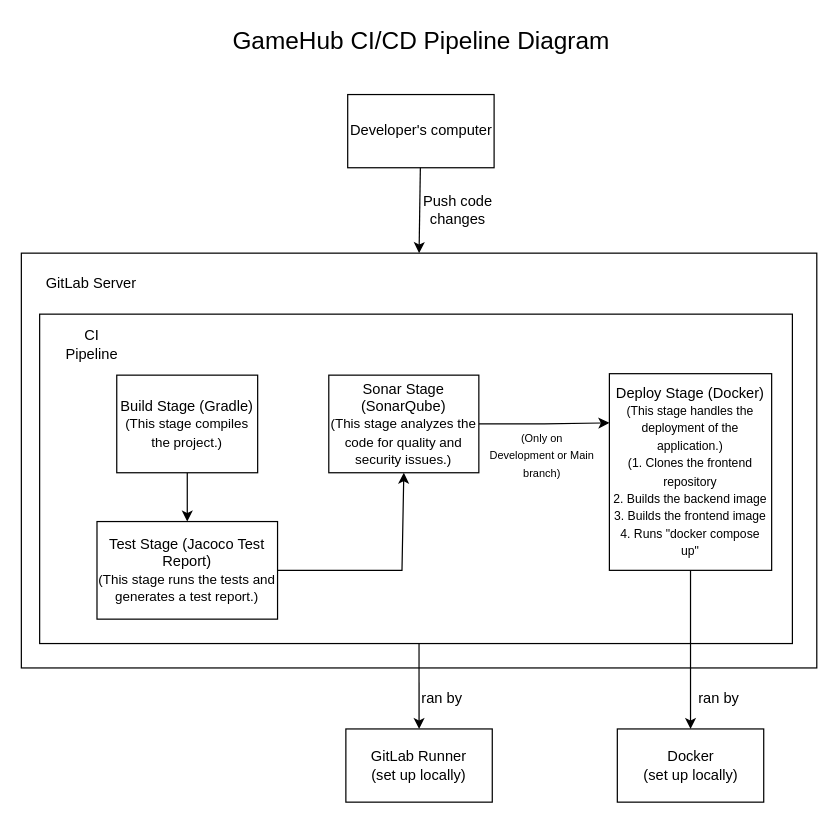
Earlier version of the draw.io diagram Documentation/Diagrams/CI_Diagram.drawio (MihaiCatalin22/GameHubBE). Source tidied: cells renumbered, new cells numbered last; positions are measured from the earlier drawing's top-left corner, leaving out a move shared by most shapes. Both pictures are drawn from the tidied source at 122%, with x=0, y=0 at pixel (21, 21).
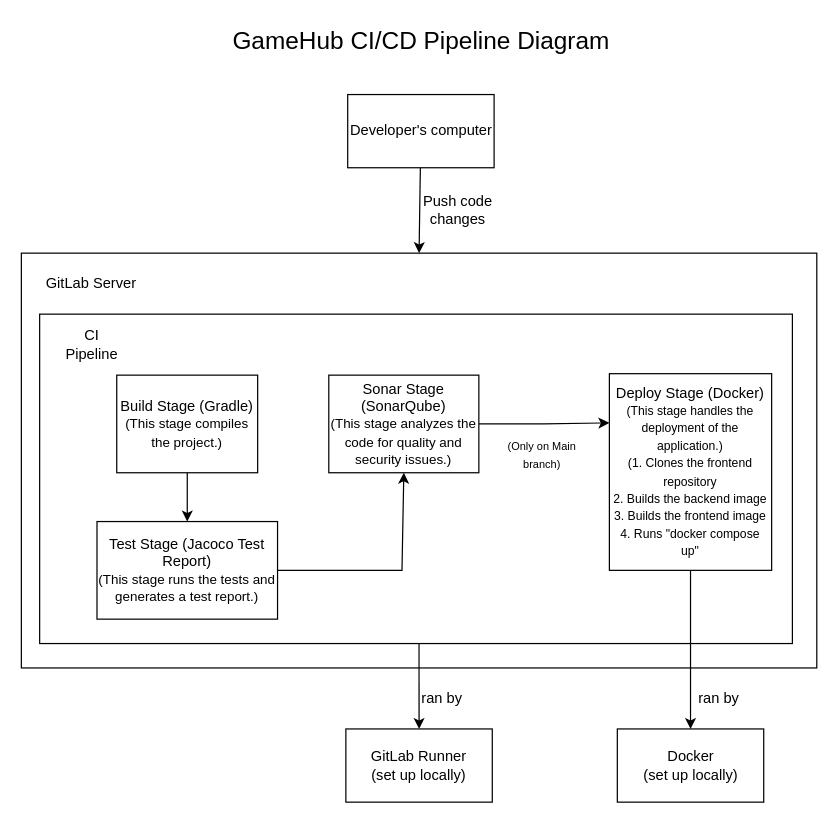
The same page after the edit.

Change to the diagram source:
```diff
@@
-    <mxCell id="20" value="&lt;font style=&quot;font-size: 9px;&quot;&gt;(Only on Development or Main branch)&lt;/font&gt;" style="text;html=1;align=center;verticalAlign=middle;whiteSpace=wrap;rounded=0;" parent="1" vertex="1">
+    <mxCell id="20" value="&lt;font style=&quot;font-size: 9px;&quot;&gt;(Only on Main branch)&lt;/font&gt;" style="text;html=1;align=center;verticalAlign=middle;whiteSpace=wrap;rounded=0;" parent="1" vertex="1">
       <mxGeometry x="382" y="340" width="90" height="30" as="geometry" />
     </mxCell>
```
